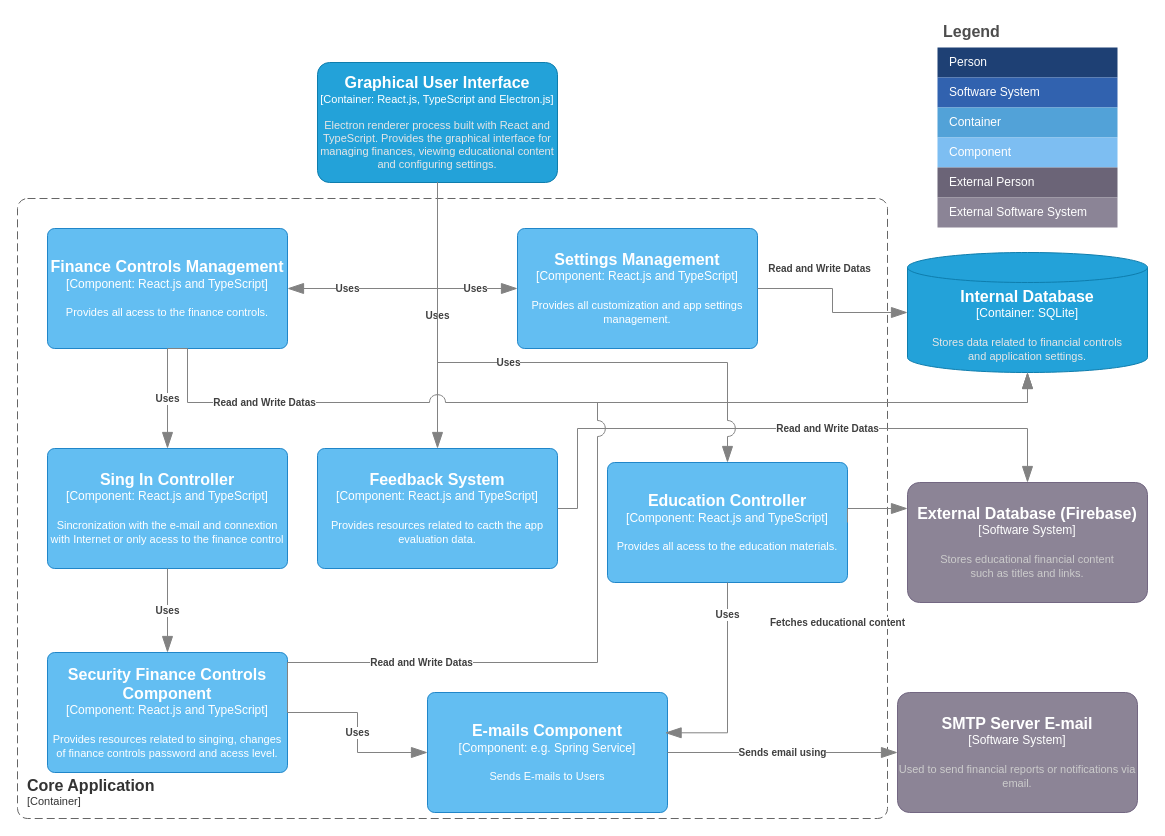
Above: assets/diagrams/c4/ugrow_component_diagram.drawio in Ugrow-Social-App/Ugrow_Documentation (draw.io), before the change. Source tidied: cells renumbered, new cells numbered last; positions are measured from the earlier drawing's top-left corner, leaving out a move shared by most shapes. Both pictures are drawn from the tidied source at 100%, with x=0, y=0 at pixel (17, 17).
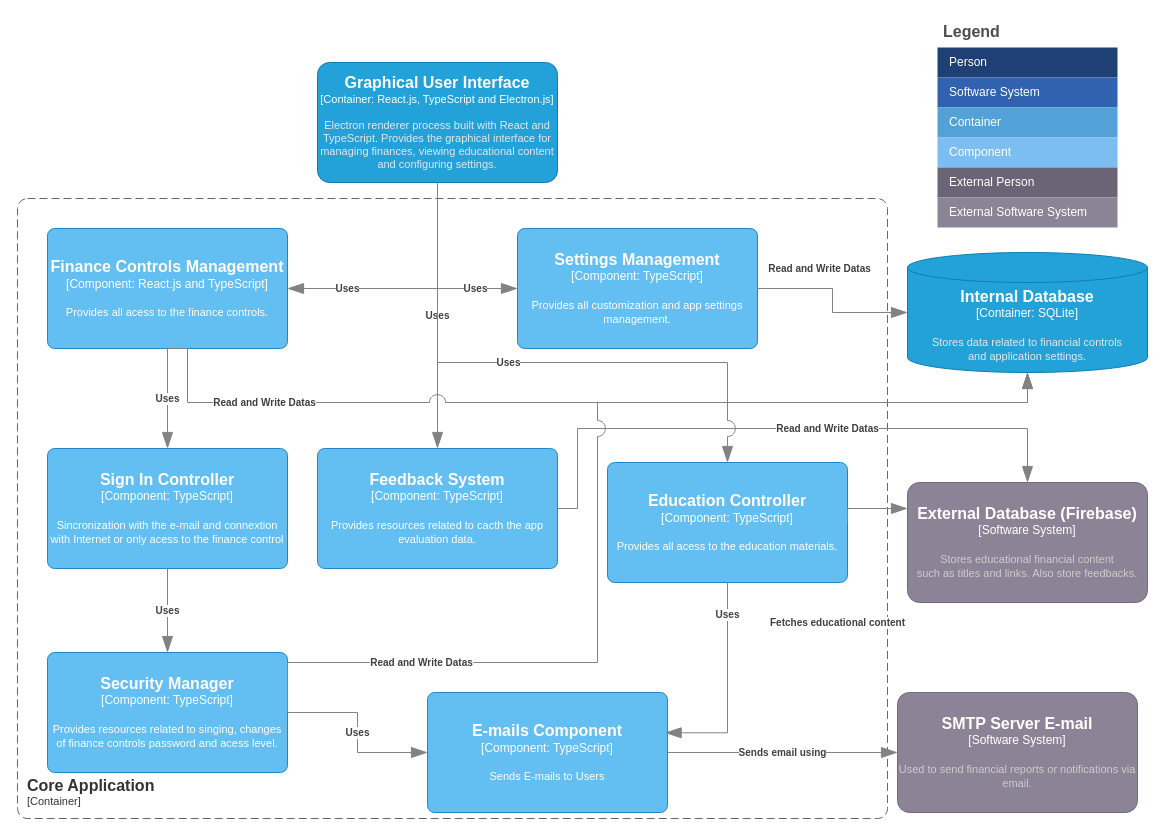
The same page after the edit.

Commit message (it also covers changes not shown here):
Update diagrams and ADRs

Change to the diagram source:
```diff
@@
-    <object id="4" label="&lt;font style=&quot;font-size: 16px&quot;&gt;&lt;b&gt;%c4Name%&lt;/b&gt;&lt;/font&gt;&lt;div&gt;[%c4Type%]&lt;/div&gt;&lt;br&gt;&lt;div&gt;&lt;font style=&quot;font-size: 11px&quot;&gt;&lt;font color=&quot;#cccccc&quot;&gt;%c4Description%&lt;/font&gt;&lt;/div&gt;" c4Description="Stores educational financial content&#10;such as titles and links." c4Name="External Database (Firebase)" c4Type="Software System" placeholders="1">
+    <object id="4" label="&lt;font style=&quot;font-size: 16px&quot;&gt;&lt;b&gt;%c4Name%&lt;/b&gt;&lt;/font&gt;&lt;div&gt;[%c4Type%]&lt;/div&gt;&lt;br&gt;&lt;div&gt;&lt;font style=&quot;font-size: 11px&quot;&gt;&lt;font color=&quot;#cccccc&quot;&gt;%c4Description%&lt;/font&gt;&lt;/div&gt;" c4Description="Stores educational financial content&#10;such as titles and links. Also store feedbacks." c4Name="External Database (Firebase)" c4Type="Software System" placeholders="1">
       <mxCell style="rounded=1;whiteSpace=wrap;html=1;labelBackgroundColor=none;fillColor=#8C8496;fontColor=#ffffff;align=center;arcSize=10;strokeColor=#736782;points=[[0.25,0,0],[0.5,0,0],[0.75,0,0],[1,0.25,0],[1,0.5,0],[1,0.75,0],[0.75,1,0],[0.5,1,0],[0.25,1,0],[0,0.75,0],[0,0.5,0],[0,0.25,0]];" parent="1" vertex="1">
         <mxGeometry x="890" y="465" width="240" height="120" as="geometry" />
       </mxCell>
     </object>
@@
-    <object id="20" label="&lt;font style=&quot;font-size: 16px&quot;&gt;&lt;b&gt;%c4Name%&lt;/b&gt;&lt;/font&gt;&lt;div&gt;[%c4Type%: %c4Technology%]&lt;/div&gt;&lt;br&gt;&lt;div&gt;&lt;font style=&quot;font-size: 11px&quot;&gt;%c4Description%&lt;/font&gt;&lt;/div&gt;" c4Description="Provides all acess to the education materials." c4Name="Education Controller" c4Technology="React.js and TypeScript" c4Type="Component" placeholders="1">
+    <object id="20" label="&lt;font style=&quot;font-size: 16px&quot;&gt;&lt;b&gt;%c4Name%&lt;/b&gt;&lt;/font&gt;&lt;div&gt;[%c4Type%: %c4Technology%]&lt;/div&gt;&lt;br&gt;&lt;div&gt;&lt;font style=&quot;font-size: 11px&quot;&gt;%c4Description%&lt;/font&gt;&lt;/div&gt;" c4Description="Provides all acess to the education materials." c4Name="Education Controller" c4Technology="TypeScript" c4Type="Component" placeholders="1">
       <mxCell style="rounded=1;whiteSpace=wrap;html=1;labelBackgroundColor=none;fillColor=#63BEF2;fontColor=#ffffff;align=center;arcSize=6;strokeColor=#2086C9;points=[[0.25,0,0],[0.5,0,0],[0.75,0,0],[1,0.25,0],[1,0.5,0],[1,0.75,0],[0.75,1,0],[0.5,1,0],[0.25,1,0],[0,0.75,0],[0,0.5,0],[0,0.25,0]];" parent="1" vertex="1">
         <mxGeometry x="590" y="445" width="240" height="120" as="geometry" />
       </mxCell>
     </object>
@@
-    <object id="22" label="&lt;font style=&quot;font-size: 16px&quot;&gt;&lt;b&gt;%c4Name%&lt;/b&gt;&lt;/font&gt;&lt;div&gt;[%c4Type%: %c4Technology%]&lt;/div&gt;&lt;br&gt;&lt;div&gt;&lt;font style=&quot;font-size: 11px&quot;&gt;%c4Description%&lt;/font&gt;&lt;/div&gt;" c4Description="Provides all customization and app settings management." c4Name="Settings Management" c4Technology="React.js and TypeScript" c4Type="Component" placeholders="1">
+    <object id="22" label="&lt;font style=&quot;font-size: 16px&quot;&gt;&lt;b&gt;%c4Name%&lt;/b&gt;&lt;/font&gt;&lt;div&gt;[%c4Type%: %c4Technology%]&lt;/div&gt;&lt;br&gt;&lt;div&gt;&lt;font style=&quot;font-size: 11px&quot;&gt;%c4Description%&lt;/font&gt;&lt;/div&gt;" c4Description="Provides all customization and app settings management." c4Name="Settings Management" c4Technology="TypeScript" c4Type="Component" placeholders="1">
       <mxCell style="rounded=1;whiteSpace=wrap;html=1;labelBackgroundColor=none;fillColor=#63BEF2;fontColor=#ffffff;align=center;arcSize=6;strokeColor=#2086C9;points=[[0.25,0,0],[0.5,0,0],[0.75,0,0],[1,0.25,0],[1,0.5,0],[1,0.75,0],[0.75,1,0],[0.5,1,0],[0.25,1,0],[0,0.75,0],[0,0.5,0],[0,0.25,0]];" parent="1" vertex="1">
         <mxGeometry x="500" y="211" width="240" height="120" as="geometry" />
       </mxCell>
     </object>
-    <object id="23" label="&lt;font style=&quot;font-size: 16px&quot;&gt;&lt;b&gt;%c4Name%&lt;/b&gt;&lt;/font&gt;&lt;div&gt;[%c4Type%: %c4Technology%]&lt;/div&gt;&lt;br&gt;&lt;div&gt;&lt;font style=&quot;font-size: 11px&quot;&gt;%c4Description%&lt;/font&gt;&lt;/div&gt;" c4Description="Sincronization with the e-mail and connextion with Internet or only acess to the finance control" c4Name="Sing In Controller" c4Technology="React.js and TypeScript" c4Type="Component" placeholders="1">
+    <object id="23" label="&lt;font style=&quot;font-size: 16px&quot;&gt;&lt;b&gt;%c4Name%&lt;/b&gt;&lt;/font&gt;&lt;div&gt;[%c4Type%: %c4Technology%]&lt;/div&gt;&lt;br&gt;&lt;div&gt;&lt;font style=&quot;font-size: 11px&quot;&gt;%c4Description%&lt;/font&gt;&lt;/div&gt;" c4Description="Sincronization with the e-mail and connextion with Internet or only acess to the finance control" c4Name="Sign In Controller" c4Technology="TypeScript" c4Type="Component" placeholders="1">
       <mxCell style="rounded=1;whiteSpace=wrap;html=1;labelBackgroundColor=none;fillColor=#63BEF2;fontColor=#ffffff;align=center;arcSize=6;strokeColor=#2086C9;points=[[0.25,0,0],[0.5,0,0],[0.75,0,0],[1,0.25,0],[1,0.5,0],[1,0.75,0],[0.75,1,0],[0.5,1,0],[0.25,1,0],[0,0.75,0],[0,0.5,0],[0,0.25,0]];" parent="1" vertex="1">
         <mxGeometry x="30" y="431" width="240" height="120" as="geometry" />
       </mxCell>
     </object>
-    <object id="24" label="&lt;font style=&quot;font-size: 16px&quot;&gt;&lt;b&gt;%c4Name%&lt;/b&gt;&lt;/font&gt;&lt;div&gt;[%c4Type%: %c4Technology%]&lt;/div&gt;&lt;br&gt;&lt;div&gt;&lt;font style=&quot;font-size: 11px&quot;&gt;%c4Description%&lt;/font&gt;&lt;/div&gt;" c4Description="Provides resources related to singing, changes of finance controls password and acess level." c4Name="Security Finance Controls Component" c4Technology="React.js and TypeScript" c4Type="Component" placeholders="1">
+    <object id="24" label="&lt;font style=&quot;font-size: 16px&quot;&gt;&lt;b&gt;%c4Name%&lt;/b&gt;&lt;/font&gt;&lt;div&gt;[%c4Type%: %c4Technology%]&lt;/div&gt;&lt;br&gt;&lt;div&gt;&lt;font style=&quot;font-size: 11px&quot;&gt;%c4Description%&lt;/font&gt;&lt;/div&gt;" c4Description="Provides resources related to singing, changes of finance controls password and acess level." c4Name="Security Manager" c4Technology="TypeScript" c4Type="Component" placeholders="1">
       <mxCell style="rounded=1;whiteSpace=wrap;html=1;labelBackgroundColor=none;fillColor=#63BEF2;fontColor=#ffffff;align=center;arcSize=6;strokeColor=#2086C9;points=[[0.25,0,0],[0.5,0,0],[0.75,0,0],[1,0.25,0],[1,0.5,0],[1,0.75,0],[0.75,1,0],[0.5,1,0],[0.25,1,0],[0,0.75,0],[0,0.5,0],[0,0.25,0]];" parent="1" vertex="1">
         <mxGeometry x="30" y="635" width="240" height="120" as="geometry" />
       </mxCell>
     </object>
-    <object id="25" label="&lt;font style=&quot;font-size: 16px&quot;&gt;&lt;b&gt;%c4Name%&lt;/b&gt;&lt;/font&gt;&lt;div&gt;[%c4Type%: %c4Technology%]&lt;/div&gt;&lt;br&gt;&lt;div&gt;&lt;font style=&quot;font-size: 11px&quot;&gt;%c4Description%&lt;/font&gt;&lt;/div&gt;" c4Description="Provides resources related to cacth the app evaluation data." c4Name="Feedback System" c4Technology="React.js and TypeScript" c4Type="Component" placeholders="1">
+    <object id="25" label="&lt;font style=&quot;font-size: 16px&quot;&gt;&lt;b&gt;%c4Name%&lt;/b&gt;&lt;/font&gt;&lt;div&gt;[%c4Type%: %c4Technology%]&lt;/div&gt;&lt;br&gt;&lt;div&gt;&lt;font style=&quot;font-size: 11px&quot;&gt;%c4Description%&lt;/font&gt;&lt;/div&gt;" c4Description="Provides resources related to cacth the app evaluation data." c4Name="Feedback System" c4Technology="TypeScript" c4Type="Component" placeholders="1">
       <mxCell style="rounded=1;whiteSpace=wrap;html=1;labelBackgroundColor=none;fillColor=#63BEF2;fontColor=#ffffff;align=center;arcSize=6;strokeColor=#2086C9;points=[[0.25,0,0],[0.5,0,0],[0.75,0,0],[1,0.25,0],[1,0.5,0],[1,0.75,0],[0.75,1,0],[0.5,1,0],[0.25,1,0],[0,0.75,0],[0,0.5,0],[0,0.25,0]];" parent="1" vertex="1">
         <mxGeometry x="300" y="431" width="240" height="120" as="geometry" />
       </mxCell>
     </object>
-    <object id="26" label="&lt;font style=&quot;font-size: 16px&quot;&gt;&lt;b&gt;%c4Name%&lt;/b&gt;&lt;/font&gt;&lt;div&gt;[%c4Type%: %c4Technology%]&lt;/div&gt;&lt;br&gt;&lt;div&gt;&lt;font style=&quot;font-size: 11px&quot;&gt;%c4Description%&lt;/font&gt;&lt;/div&gt;" c4Description="Sends E-mails to Users" c4Name="E-mails Component" c4Technology="e.g. Spring Service" c4Type="Component" placeholders="1">
+    <object id="26" label="&lt;font style=&quot;font-size: 16px&quot;&gt;&lt;b&gt;%c4Name%&lt;/b&gt;&lt;/font&gt;&lt;div&gt;[%c4Type%: %c4Technology%]&lt;/div&gt;&lt;br&gt;&lt;div&gt;&lt;font style=&quot;font-size: 11px&quot;&gt;%c4Description%&lt;/font&gt;&lt;/div&gt;" c4Description="Sends E-mails to Users" c4Name="E-mails Component" c4Technology="TypeScript" c4Type="Component" placeholders="1">
       <mxCell style="rounded=1;whiteSpace=wrap;html=1;labelBackgroundColor=none;fillColor=#63BEF2;fontColor=#ffffff;align=center;arcSize=6;strokeColor=#2086C9;points=[[0.25,0,0],[0.5,0,0],[0.75,0,0],[1,0.25,0],[1,0.5,0],[1,0.75,0],[0.75,1,0],[0.5,1,0],[0.25,1,0],[0,0.75,0],[0,0.5,0],[0,0.25,0]];" parent="1" vertex="1">
         <mxGeometry x="410" y="675" width="240" height="120" as="geometry" />
       </mxCell>
     </object>
```
